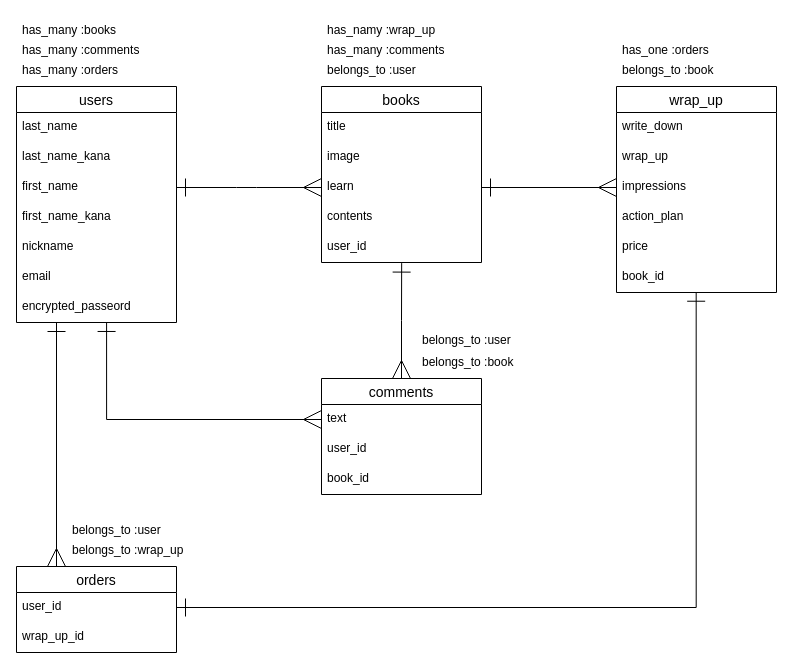
Earlier version of the draw.io diagram readme.dio (shimazaki-koji/reading_book_app). Source tidied: cells renumbered, new cells numbered last; positions are measured from the earlier drawing's top-left corner, leaving out a move shared by most shapes. Both pictures are drawn from the tidied source at 100%, with x=0, y=0 at pixel (16, 16).
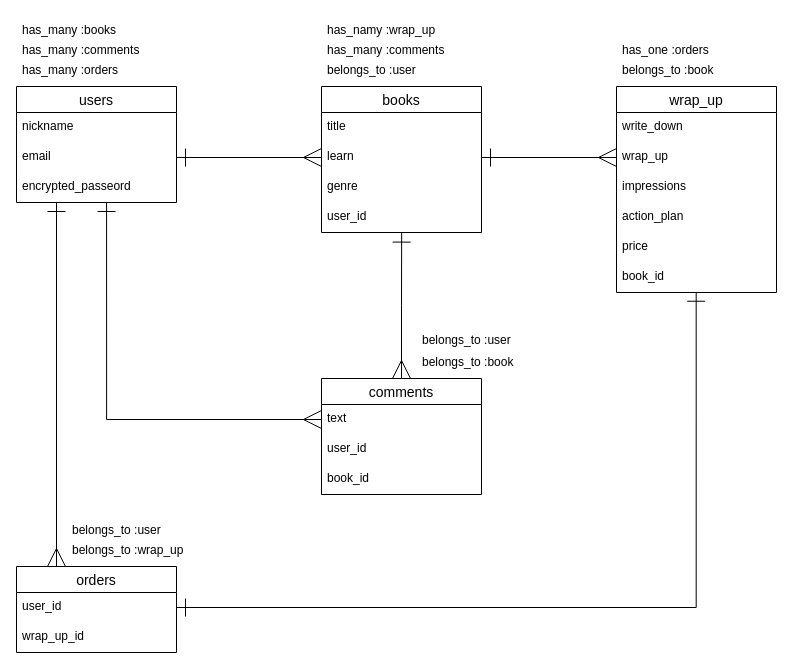
Above is the later version.

Unchanged cells that the change refers to:
```xml
<mxCell id="18" value="wrap_up" style="text;strokeColor=none;fillColor=none;spacingLeft=4;spacingRight=4;overflow=hidden;points=[[0,0.5],[1,0.5]];portConstraint=eastwest;fontSize=12;" parent="16" vertex="1">
  <mxGeometry y="56" width="160" height="30" as="geometry" />
</mxCell>
<mxCell id="19" value="impressions" style="text;strokeColor=none;fillColor=none;spacingLeft=4;spacingRight=4;overflow=hidden;points=[[0,0.5],[1,0.5]];portConstraint=eastwest;fontSize=12;" parent="16" vertex="1">
  <mxGeometry y="86" width="160" height="30" as="geometry" />
</mxCell>
```

Diff of the diagram source:
```diff
@@
     <mxCell id="2" value="users" style="swimlane;fontStyle=0;horizontal=1;startSize=26;align=center;fontSize=14;" parent="1" vertex="1">
-      <mxGeometry y="70" width="160" height="236" as="geometry" />
+      <mxGeometry y="70" width="160" height="116" as="geometry" />
     </mxCell>
-    <mxCell id="3" value="last_name" style="text;strokeColor=none;fillColor=none;spacingLeft=4;spacingRight=4;overflow=hidden;fontSize=12;" parent="2" vertex="1">
-      <mxGeometry y="26" width="160" height="30" as="geometry" />
-    </mxCell>
-    <mxCell id="4" value="last_name_kana" style="text;strokeColor=none;fillColor=none;spacingLeft=4;spacingRight=4;overflow=hidden;fontSize=12;" parent="2" vertex="1">
-      <mxGeometry y="56" width="160" height="30" as="geometry" />
-    </mxCell>
-    <mxCell id="5" value="first_name" style="text;strokeColor=none;fillColor=none;spacingLeft=4;spacingRight=4;overflow=hidden;points=[[0,0.5],[1,0.5]];portConstraint=eastwest;fontSize=12;" parent="2" vertex="1">
-      <mxGeometry y="86" width="160" height="30" as="geometry" />
-    </mxCell>
-    <mxCell id="6" value="first_name_kana" style="text;strokeColor=none;fillColor=none;spacingLeft=4;spacingRight=4;overflow=hidden;fontSize=12;" parent="2" vertex="1">
-      <mxGeometry y="116" width="160" height="30" as="geometry" />
-    </mxCell>
     <mxCell id="7" value="nickname" style="text;strokeColor=none;fillColor=none;spacingLeft=4;spacingRight=4;overflow=hidden;fontSize=12;" parent="2" vertex="1">
-      <mxGeometry y="146" width="160" height="30" as="geometry" />
+      <mxGeometry y="26" width="160" height="30" as="geometry" />
     </mxCell>
     <mxCell id="8" value="email" style="text;strokeColor=none;fillColor=none;spacingLeft=4;spacingRight=4;overflow=hidden;fontSize=12;" parent="2" vertex="1">
-      <mxGeometry y="176" width="160" height="30" as="geometry" />
+      <mxGeometry y="56" width="160" height="30" as="geometry" />
     </mxCell>
     <mxCell id="9" value="encrypted_passeord" style="text;strokeColor=none;fillColor=none;spacingLeft=4;spacingRight=4;overflow=hidden;points=[[0,0.5],[1,0.5]];portConstraint=eastwest;fontSize=12;" parent="2" vertex="1">
-      <mxGeometry y="206" width="160" height="30" as="geometry" />
+      <mxGeometry y="86" width="160" height="30" as="geometry" />
     </mxCell>
     <mxCell id="10" value="books" style="swimlane;fontStyle=0;horizontal=1;startSize=26;align=center;fontSize=14;" parent="1" vertex="1">
-      <mxGeometry x="305" y="70" width="160" height="176" as="geometry" />
+      <mxGeometry x="305" y="70" width="160" height="146" as="geometry" />
     </mxCell>
@@
-    <mxCell id="12" value="image" style="text;strokeColor=none;fillColor=none;spacingLeft=4;spacingRight=4;overflow=hidden;fontSize=12;" parent="10" vertex="1">
-      <mxGeometry y="56" width="160" height="30" as="geometry" />
-    </mxCell>
     <mxCell id="13" value="learn" style="text;strokeColor=none;fillColor=none;spacingLeft=4;spacingRight=4;overflow=hidden;points=[[0,0.5],[1,0.5]];portConstraint=eastwest;fontSize=12;" parent="10" vertex="1">
-      <mxGeometry y="86" width="160" height="30" as="geometry" />
+      <mxGeometry y="56" width="160" height="30" as="geometry" />
     </mxCell>
-    <mxCell id="14" value="contents" style="text;strokeColor=none;fillColor=none;spacingLeft=4;spacingRight=4;overflow=hidden;fontSize=12;" parent="10" vertex="1">
-      <mxGeometry y="116" width="160" height="30" as="geometry" />
+    <mxCell id="14" value="genre" style="text;strokeColor=none;fillColor=none;spacingLeft=4;spacingRight=4;overflow=hidden;fontSize=12;" parent="10" vertex="1">
+      <mxGeometry y="86" width="160" height="30" as="geometry" />
     </mxCell>
     <mxCell id="15" value="user_id" style="text;strokeColor=none;fillColor=none;spacingLeft=4;spacingRight=4;overflow=hidden;points=[[0,0.5],[1,0.5]];portConstraint=eastwest;fontSize=12;" parent="10" vertex="1">
-      <mxGeometry y="146" width="160" height="30" as="geometry" />
+      <mxGeometry y="116" width="160" height="30" as="geometry" />
     </mxCell>
@@
-    <mxCell id="32" style="endArrow=ERone;html=1;entryX=1;entryY=0.5;entryDx=0;entryDy=0;exitX=0;exitY=0.5;exitDx=0;exitDy=0;startArrow=ERmany;startFill=0;endFill=0;endSize=16;startSize=16;" parent="1" edge="1" source="13" target="5">
+    <mxCell id="32" style="endArrow=ERone;html=1;exitX=0;exitY=0.5;exitDx=0;exitDy=0;startArrow=ERmany;startFill=0;endFill=0;endSize=16;startSize=16;" parent="1" edge="1" source="13">
       <mxGeometry relative="1" as="geometry">
-        <Array as="points">
-          <mxPoint x="230" y="171" />
-        </Array>
+        <mxPoint x="160" y="141" as="targetPoint" />
       </mxGeometry>
     </mxCell>
-    <mxCell id="33" style="edgeStyle=orthogonalEdgeStyle;rounded=0;jettySize=auto;html=1;exitX=1;exitY=0.5;exitDx=0;exitDy=0;entryX=0;entryY=0.5;entryDx=0;entryDy=0;startArrow=ERone;startFill=0;startSize=16;endArrow=ERmany;endFill=0;endSize=16;" parent="1" edge="1" source="13" target="19">
+    <mxCell id="33" style="edgeStyle=orthogonalEdgeStyle;rounded=0;jettySize=auto;html=1;exitX=1;exitY=0.5;exitDx=0;exitDy=0;entryX=0;entryY=0.5;entryDx=0;entryDy=0;startArrow=ERone;startFill=0;startSize=16;endArrow=ERmany;endFill=0;endSize=16;" parent="1" edge="1" source="13" target="18">
       <mxGeometry relative="1" as="geometry" />
     </mxCell>
```
